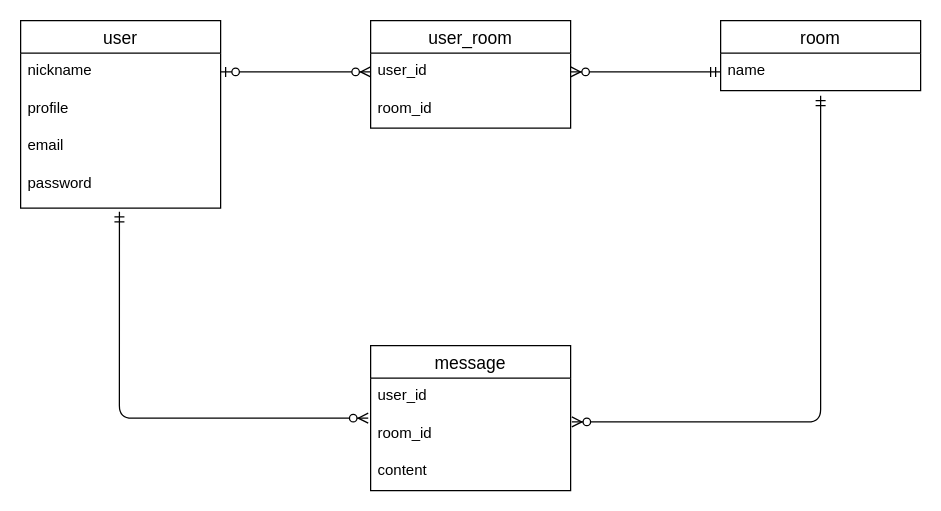
Above: test.dio in Gonta-prfm/nagetomo-app (draw.io), before the change. Source tidied: cells renumbered, new cells numbered last; positions are measured from the earlier drawing's top-left corner, leaving out a move shared by most shapes. Both pictures are drawn from the tidied source at 125%, with x=0, y=0 at pixel (20, 20).
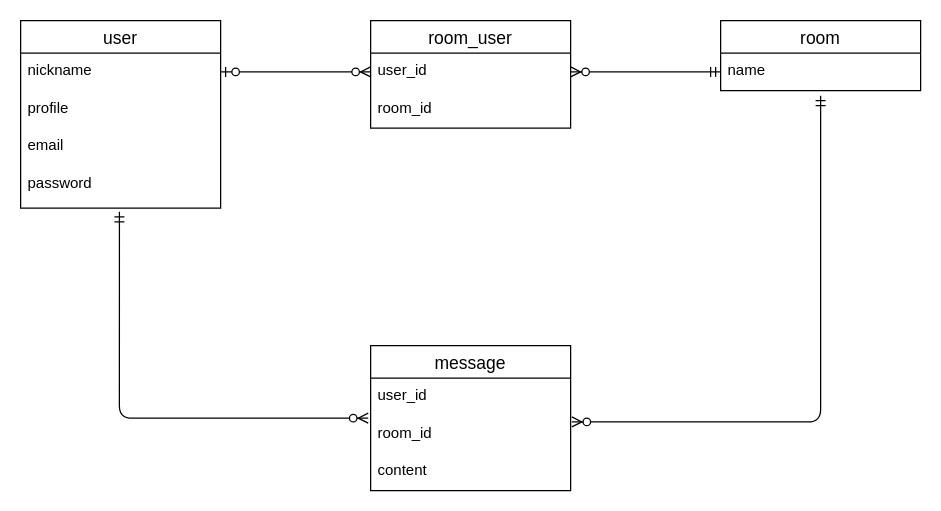
The same diagram, later.

Commit message (it also covers changes not shown here):
中間テーブル名変更

Diff of the diagram source:
```diff
@@
-    <mxCell id="7" value="user_room" style="swimlane;fontStyle=0;horizontal=1;startSize=26;align=center;fontSize=14;" parent="1" vertex="1">
+    <mxCell id="7" value="room_user" style="swimlane;fontStyle=0;horizontal=1;startSize=26;align=center;fontSize=14;" parent="1" vertex="1">
       <mxGeometry x="280" width="160" height="86" as="geometry" />
     </mxCell>
```
